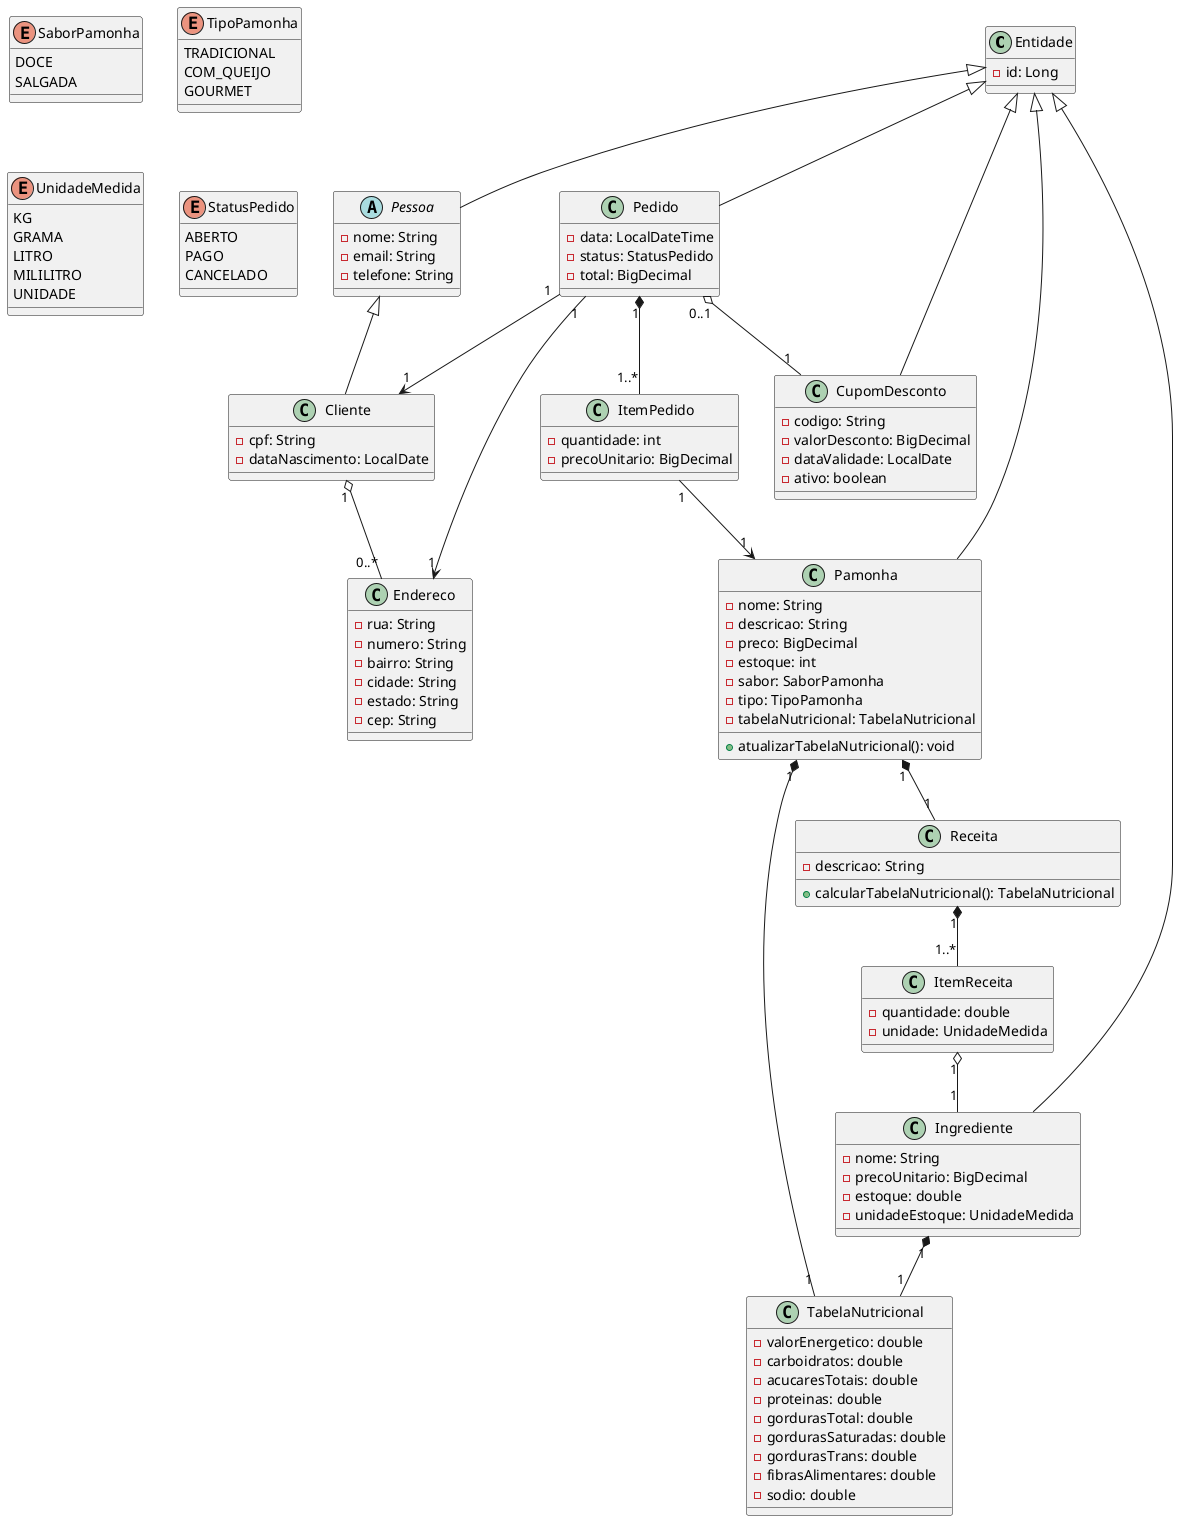
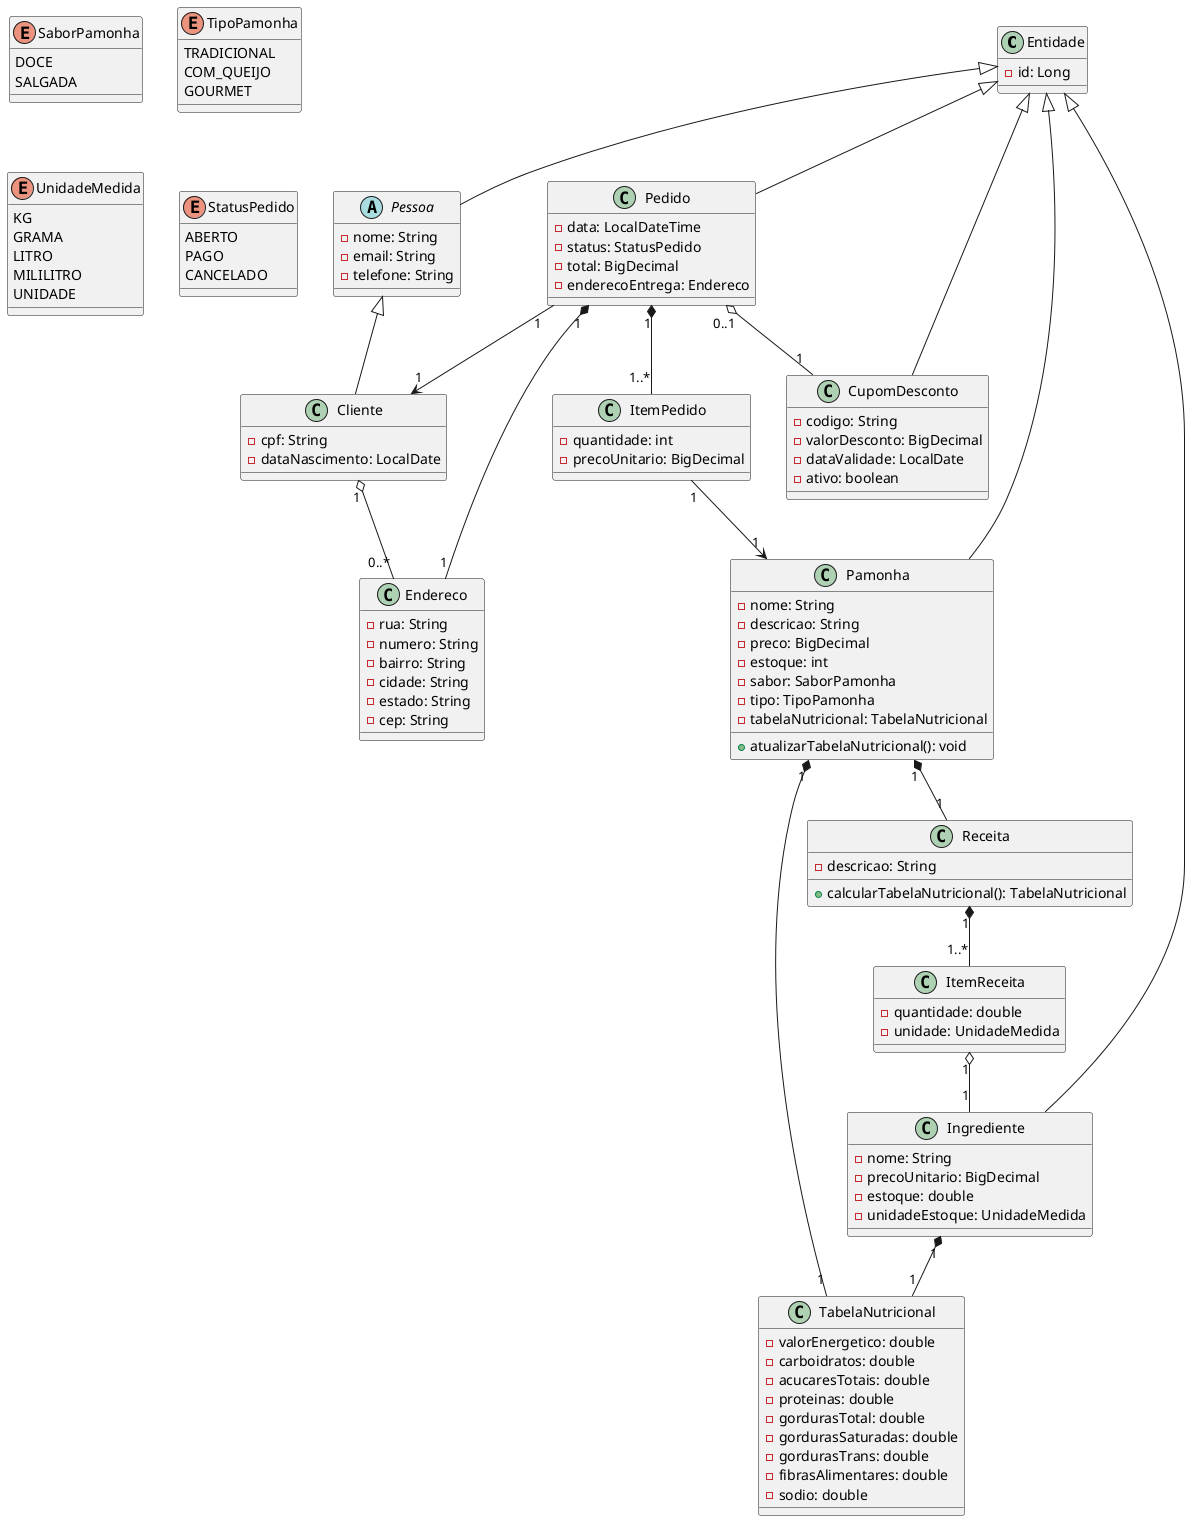
@startuml diagramaDeClasses

'========================
' BASE
'========================
class Entidade {
  -id: Long
}

'========================
' PESSOA / CLIENTE
'========================
abstract class Pessoa {
  -nome: String
  -email: String
  -telefone: String
}

Entidade <|-- Pessoa

class Cliente {
  -cpf: String
  -dataNascimento: LocalDate
}

Pessoa <|-- Cliente

+ ' Endereco agora é embeddable
class Endereco {
  -rua: String
  -numero: String
  -bairro: String
  -cidade: String
  -estado: String
  -cep: String
}

+ ' Cliente tem uma coleção de endereços (agregação)
Cliente "1" o-- "0..*" Endereco

'========================
' ENUMS
'========================
enum SaborPamonha {
  DOCE
  SALGADA
}

enum TipoPamonha {
  TRADICIONAL
  COM_QUEIJO
  GOURMET
}

enum UnidadeMedida {
  KG
  GRAMA
  LITRO
  MILILITRO
  UNIDADE
}

enum StatusPedido {
  ABERTO
  PAGO
  CANCELADO
}

'========================
' PAMONHA
'========================
class Pamonha {
  -nome: String
  -descricao: String
  -preco: BigDecimal
  -estoque: int
  -sabor: SaborPamonha
  -tipo: TipoPamonha
  -tabelaNutricional: TabelaNutricional

  +atualizarTabelaNutricional(): void
}

Entidade <|-- Pamonha

'========================
' RECEITA
'========================
class Receita {
  -descricao: String

  +calcularTabelaNutricional(): TabelaNutricional
}

Pamonha "1" *-- "1" Receita

class ItemReceita {
  -quantidade: double
  -unidade: UnidadeMedida
}

Receita "1" *-- "1..*" ItemReceita

'========================
' INGREDIENTE
'========================
class Ingrediente {
  -nome: String
  -precoUnitario: BigDecimal
  -estoque: double
  -unidadeEstoque: UnidadeMedida
}

Entidade <|-- Ingrediente

ItemReceita "1" o-- "1" Ingrediente

'========================
' TABELA NUTRICIONAL
'========================
class TabelaNutricional {
  -valorEnergetico: double
  -carboidratos: double
  -acucaresTotais: double
  -proteinas: double
  -gordurasTotal: double
  -gordurasSaturadas: double
  -gordurasTrans: double
  -fibrasAlimentares: double
  -sodio: double
}

Ingrediente "1" *-- "1" TabelaNutricional
Pamonha "1" *-- "1" TabelaNutricional

'========================
' CUPOM
'========================
class CupomDesconto {
  -codigo: String
  -valorDesconto: BigDecimal
  -dataValidade: LocalDate
  -ativo: boolean
}

Entidade <|-- CupomDesconto

'========================
' PEDIDO
'========================
class Pedido {
  -data: LocalDateTime
  -status: StatusPedido
  -total: BigDecimal
+   -enderecoEntrega: Endereco
}

Entidade <|-- Pedido

Pedido "1" --> "1" Cliente
- Pedido "1" --> "1" Endereco
+ Pedido "1" *-- "1" Endereco
Pedido "0..1" o-- "1" CupomDesconto

class ItemPedido {
  -quantidade: int
  -precoUnitario: BigDecimal
}

Pedido "1" *-- "1..*" ItemPedido
ItemPedido "1" --> "1" Pamonha

@enduml